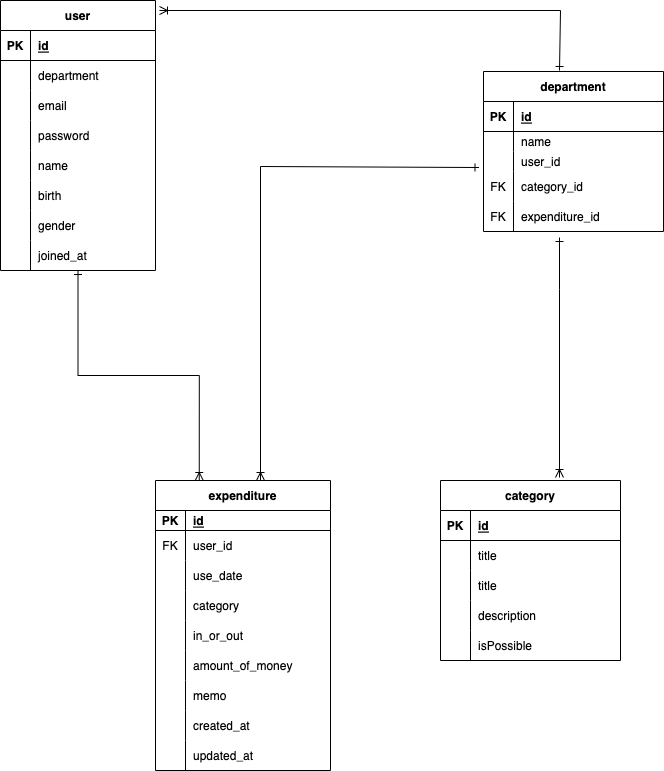
Above: ER 다이어그램.drawio.png in ekslffh/accounting-project-be (draw.io), before the change. Source tidied: cells renumbered, new cells last; positions are measured from the earlier drawing's top-left corner, leaving out a move shared by most shapes.
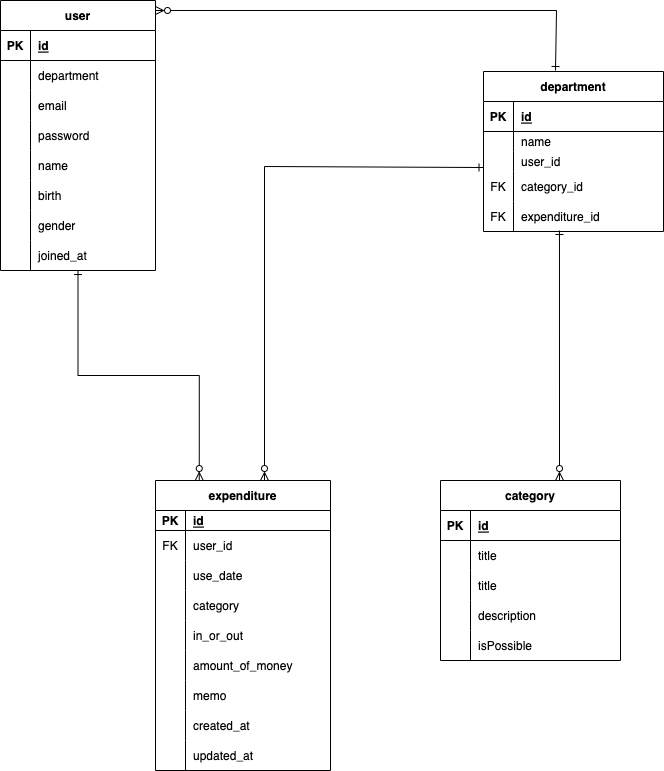
The same diagram one commit later.

Commit message:
ER 다이어그램.drawio.png 업데이트

Change to the diagram source:
```diff
@@ -2,10 +2,12 @@
   <root>
     <mxCell id="0" />
     <mxCell id="1" parent="0" />
-    <mxCell id="2" style="edgeStyle=orthogonalEdgeStyle;rounded=0;jettySize=auto;html=1;startArrow=ERoneToMany;startFill=0;endArrow=ERone;endFill=0;entryX=-0.025;entryY=-0.133;entryDx=0;entryDy=0;entryPerimeter=0;" parent="1" edge="1" source="3" target="84">
+    <mxCell id="2" style="edgeStyle=orthogonalEdgeStyle;rounded=0;orthogonalLoop=1;jettySize=auto;html=1;startArrow=ERzeroToMany;startFill=0;endArrow=ERone;endFill=0;entryX=-0.025;entryY=-0.133;entryDx=0;entryDy=0;entryPerimeter=0;" parent="1" edge="1">
       <mxGeometry relative="1" as="geometry">
+        <mxPoint x="264" y="480" as="sourcePoint" />
+        <mxPoint x="482.5" y="167" as="targetPoint" />
         <Array as="points">
-          <mxPoint x="260" y="166" />
+          <mxPoint x="264" y="166" />
         </Array>
       </mxGeometry>
     </mxCell>
@@ -93,7 +95,7 @@
     <mxCell id="30" value="updated_at" style="shape=partialRectangle;fillColor=none;top=0;left=0;bottom=0;right=0;align=left;spacingLeft=6;overflow=hidden;" parent="28" vertex="1">
       <mxGeometry x="30" width="145" height="30" as="geometry" />
     </mxCell>
-    <mxCell id="31" style="edgeStyle=orthogonalEdgeStyle;rounded=0;jettySize=auto;html=1;entryX=0.25;entryY=0;entryDx=0;entryDy=0;startArrow=ERone;startFill=0;endArrow=ERoneToMany;endFill=0;" parent="1" edge="1" source="32" target="3">
+    <mxCell id="31" style="edgeStyle=orthogonalEdgeStyle;rounded=0;jettySize=auto;html=1;entryX=0.25;entryY=0;entryDx=0;entryDy=0;startArrow=ERone;startFill=0;endArrow=ERzeroToMany;endFill=0;" parent="1" edge="1" source="32" target="3">
       <mxGeometry relative="1" as="geometry" />
     </mxCell>
     <mxCell id="32" value="user" style="shape=table;startSize=30;rowLines=0;fontStyle=1;align=center;" parent="1" vertex="1">
@@ -171,14 +173,9 @@
     <mxCell id="56" value="joined_at" style="shape=partialRectangle;fillColor=none;top=0;left=0;bottom=0;right=0;align=left;spacingLeft=6;overflow=hidden;" parent="54" vertex="1">
       <mxGeometry x="30" width="125" height="30" as="geometry" />
     </mxCell>
-    <mxCell id="57" style="edgeStyle=orthogonalEdgeStyle;rounded=0;orthogonalLoop=1;jettySize=auto;html=1;startArrow=ERoneToMany;startFill=0;endArrow=ERone;endFill=0;" parent="1" edge="1">
+    <mxCell id="57" style="edgeStyle=orthogonalEdgeStyle;rounded=0;jettySize=auto;html=1;startArrow=ERzeroToMany;startFill=0;endArrow=ERone;endFill=0;entryX=0.422;entryY=0.967;entryDx=0;entryDy=0;entryPerimeter=0;" parent="1" edge="1" target="87">
       <mxGeometry relative="1" as="geometry">
-        <mxPoint x="559" y="477" as="sourcePoint" />
-        <mxPoint x="559" y="237" as="targetPoint" />
-        <Array as="points">
-          <mxPoint x="559" y="289" />
-          <mxPoint x="559" y="289" />
-        </Array>
+        <mxPoint x="559" y="480" as="sourcePoint" />
       </mxGeometry>
     </mxCell>
     <mxCell id="58" value="category" style="shape=table;startSize=30;rowLines=0;fontStyle=1;align=center;" parent="1" vertex="1">
@@ -277,12 +274,12 @@
     <mxCell id="89" value="expenditure_id" style="shape=partialRectangle;fillColor=none;top=0;left=0;bottom=0;right=0;align=left;spacingLeft=6;overflow=hidden;" parent="87" vertex="1">
       <mxGeometry x="30" width="150" height="30" as="geometry" />
     </mxCell>
-    <mxCell id="90" style="edgeStyle=orthogonalEdgeStyle;rounded=0;orthogonalLoop=1;jettySize=auto;html=1;startArrow=ERoneToMany;startFill=0;endArrow=ERone;endFill=0;" parent="1" edge="1">
+    <mxCell id="90" style="edgeStyle=orthogonalEdgeStyle;rounded=0;orthogonalLoop=1;jettySize=auto;html=1;startArrow=ERzeroToMany;startFill=0;endArrow=ERone;endFill=0;" parent="1" edge="1">
       <mxGeometry relative="1" as="geometry">
-        <mxPoint x="159" y="10" as="sourcePoint" />
-        <mxPoint x="559" y="70" as="targetPoint" />
+        <mxPoint x="155" y="10" as="sourcePoint" />
+        <mxPoint x="555" y="70" as="targetPoint" />
         <Array as="points">
-          <mxPoint x="560" y="10" />
+          <mxPoint x="556" y="10" />
         </Array>
       </mxGeometry>
     </mxCell>
```
